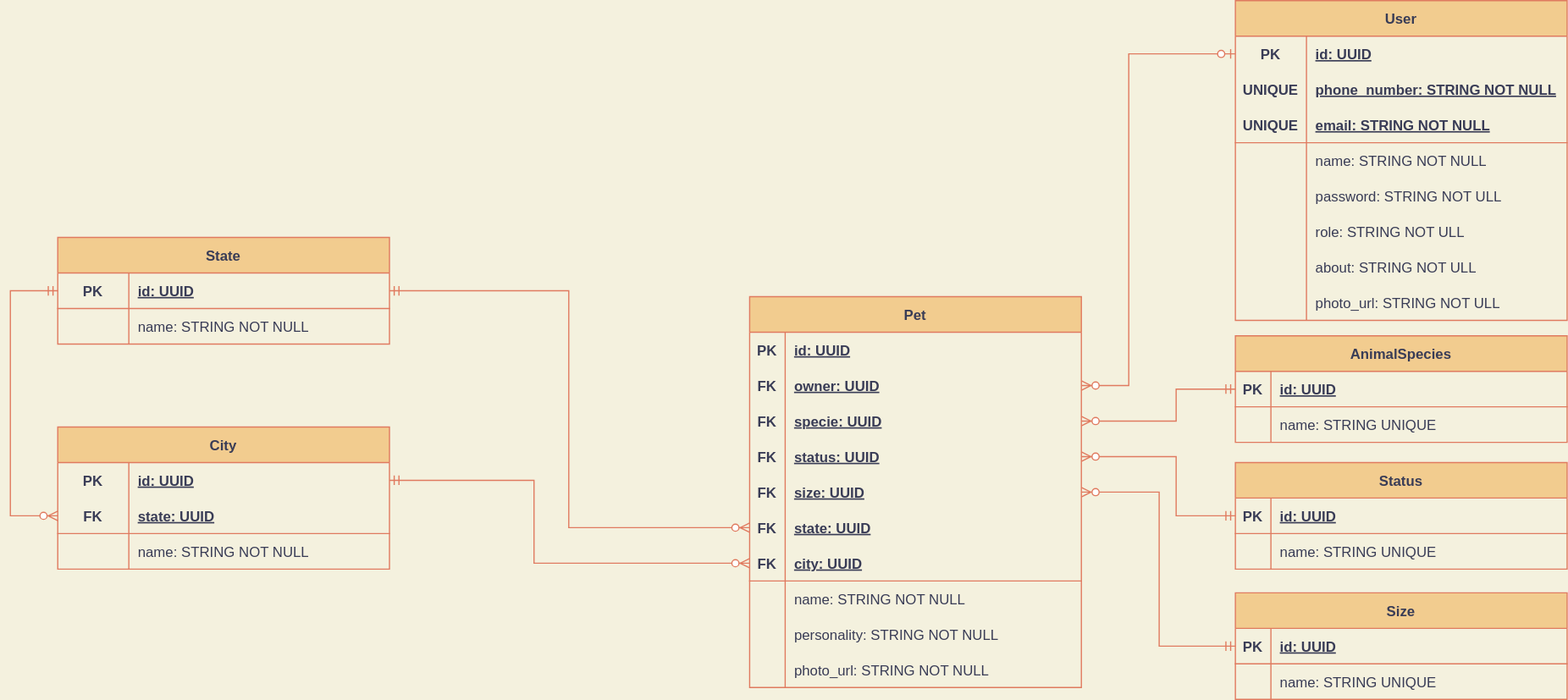
The draw.io diagram uml.svg in derekSaga/adopet, before a commit. Source tidied: cells renumbered, new cells last; positions are measured from the earlier drawing's top-left corner, leaving out a move shared by most shapes.
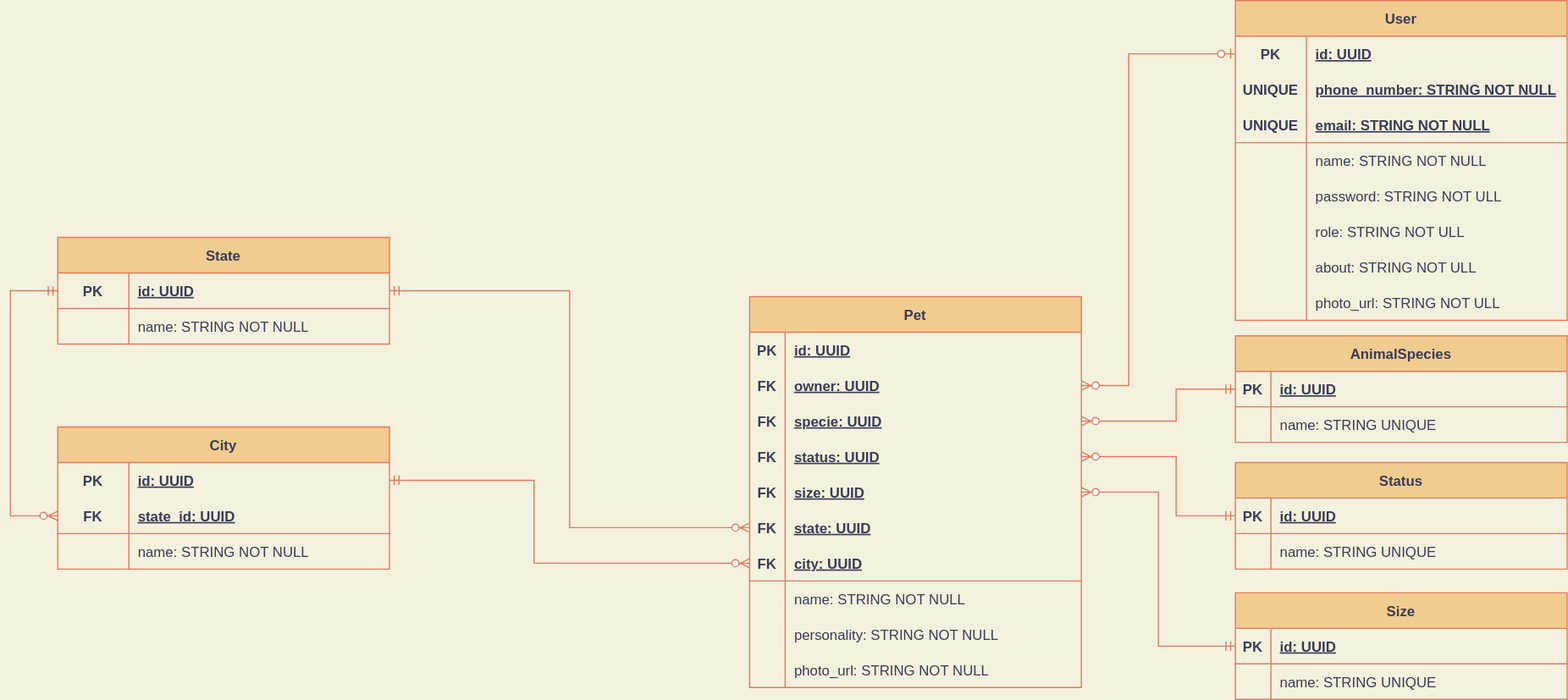
After the commit.

Commit message:
docs: changed mer relation

What changed in the source:
```diff
@@ -272,7 +272,7 @@
     <mxCell id="91" value="FK" style="shape=partialRectangle;fillColor=none;top=0;left=0;bottom=0;right=0;fontStyle=1;overflow=hidden;strokeColor=#E07A5F;fontColor=#393C56;" parent="90" vertex="1">
       <mxGeometry width="60" height="30" as="geometry" />
     </mxCell>
-    <mxCell id="92" value="state: UUID" style="shape=partialRectangle;fillColor=none;top=0;left=0;bottom=0;right=0;align=left;spacingLeft=6;fontStyle=5;overflow=hidden;strokeColor=#E07A5F;fontColor=#393C56;" parent="90" vertex="1">
+    <mxCell id="92" value="state_id: UUID" style="shape=partialRectangle;fillColor=none;top=0;left=0;bottom=0;right=0;align=left;spacingLeft=6;fontStyle=5;overflow=hidden;strokeColor=#E07A5F;fontColor=#393C56;" parent="90" vertex="1">
       <mxGeometry x="60" width="220" height="30" as="geometry" />
     </mxCell>
     <mxCell id="93" style="shape=tableRow;horizontal=0;startSize=0;swimlaneHead=0;swimlaneBody=0;fillColor=none;top=0;left=0;right=0;bottom=0;strokeColor=#E07A5F;fontColor=#393C56;" parent="86" vertex="1">
```
